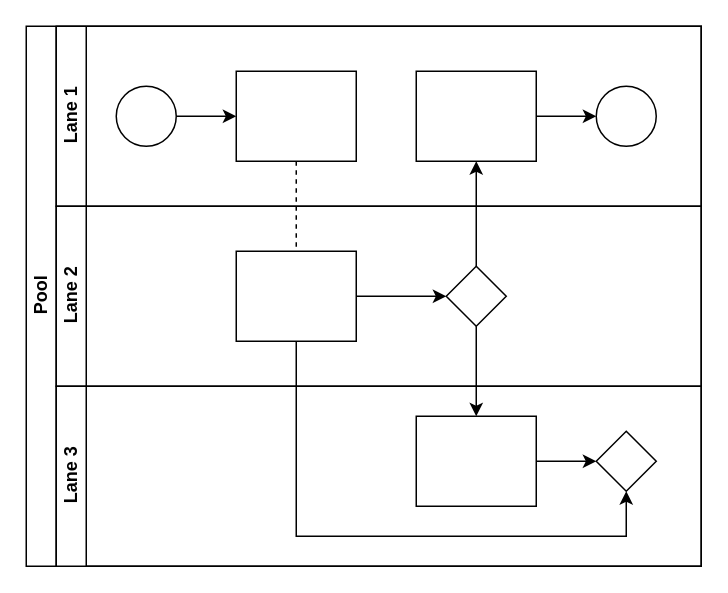
The draw.io diagram ArchitectureDiagram/Untitled Diagram.drawio in liuyunlong1229/aaa, before the edit. Source tidied: cells renumbered, new cells numbered last; positions are measured from the earlier drawing's top-left corner, leaving out a move shared by most shapes. Both pictures are drawn from the tidied source at 150%, with x=0, y=0 at pixel (26, 26).
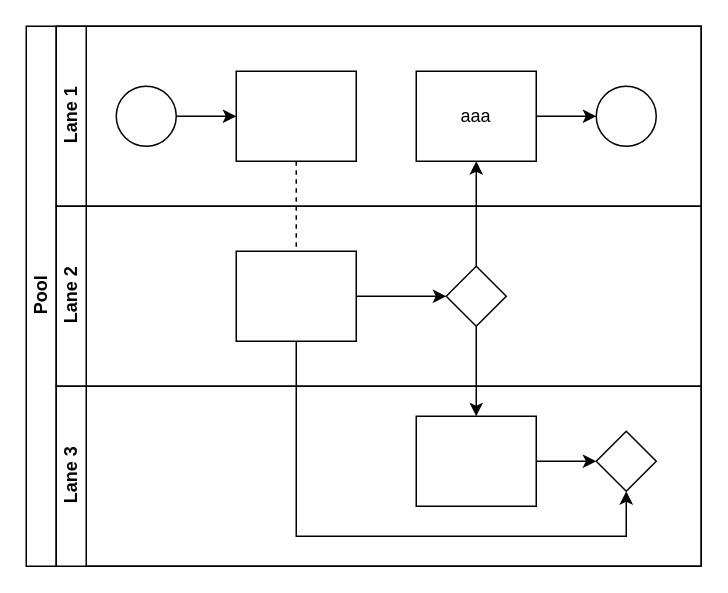
After the change.

Unchanged cells that the change refers to:
```xml
<mxCell id="7" value="Lane 1" style="swimlane;html=1;startSize=20;horizontal=0;" parent="2" vertex="1">
  <mxGeometry x="20" width="430" height="120" as="geometry" />
</mxCell>
```

Diff of the diagram source:
```diff
@@
-    <mxCell id="12" style="rounded=0;whiteSpace=wrap;html=1;fontFamily=Helvetica;fontSize=12;fontColor=#000000;align=center;" parent="7" vertex="1">
+    <mxCell id="12" value="aaa" style="rounded=0;whiteSpace=wrap;html=1;fontFamily=Helvetica;fontSize=12;fontColor=#000000;align=center;" parent="7" vertex="1">
       <mxGeometry x="240" y="30" width="80" height="60" as="geometry" />
     </mxCell>
```
